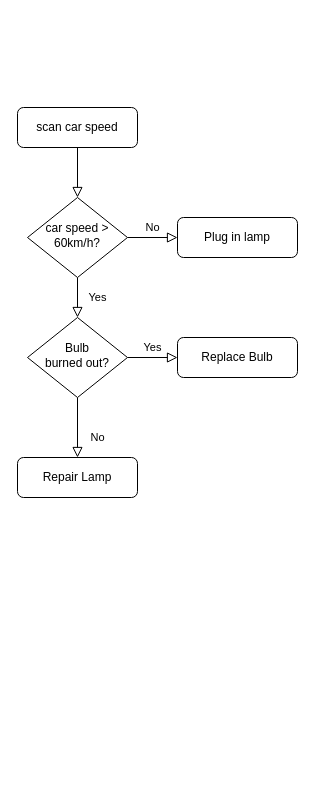
Above: Untitled Diagram.drawio in Chxshire22/FoundationsOfProg (draw.io), before the change. Source tidied: cells renumbered, new cells numbered last; positions are measured from the earlier drawing's top-left corner, leaving out a move shared by most shapes. Both pictures are drawn from the tidied source at 100%, with x=0, y=0 at pixel (17, 107).
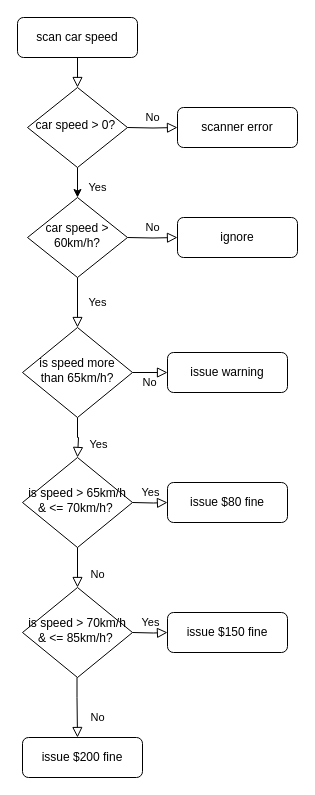
The same page after the edit.

The change refers to these unchanged cells:
```xml
<mxCell id="6" value="car speed &amp;gt; 60km/h?" style="rhombus;whiteSpace=wrap;html=1;shadow=0;fontFamily=Helvetica;fontSize=12;align=center;strokeWidth=1;spacing=6;spacingTop=-4;" parent="1" vertex="1">
  <mxGeometry x="10" y="90" width="100" height="80" as="geometry" />
</mxCell>
```

Diff of the diagram source:
```diff
@@
-    <mxCell id="2" style="rounded=0;html=1;jettySize=auto;fontSize=11;endArrow=block;endFill=0;endSize=8;strokeWidth=1;shadow=0;labelBackgroundColor=none;edgeStyle=orthogonalEdgeStyle;" parent="1" edge="1" source="3" target="6">
-      <mxGeometry relative="1" as="geometry" />
-    </mxCell>
     <mxCell id="3" value="scan car speed" style="rounded=1;whiteSpace=wrap;html=1;fontSize=12;glass=0;strokeWidth=1;shadow=0;" parent="1" vertex="1">
-      <mxGeometry width="120" height="40" as="geometry" />
+      <mxGeometry y="-90" width="120" height="40" as="geometry" />
     </mxCell>
@@
-    <mxCell id="5" value="No" style="edgeStyle=orthogonalEdgeStyle;rounded=0;html=1;jettySize=auto;fontSize=11;endArrow=block;endFill=0;endSize=8;strokeWidth=1;shadow=0;labelBackgroundColor=none;" parent="1" edge="1" source="6" target="7">
-      <mxGeometry y="10" relative="1" as="geometry" />
+    <mxCell id="5" value="No" style="edgeStyle=orthogonalEdgeStyle;rounded=0;html=1;jettySize=auto;fontSize=11;endArrow=block;endFill=0;endSize=8;strokeWidth=1;shadow=0;labelBackgroundColor=none;" parent="1" edge="1" target="7">
+      <mxGeometry y="10" relative="1" as="geometry">
+        <mxPoint x="110" y="130" as="sourcePoint" />
+      </mxGeometry>
     </mxCell>
@@
-    <mxCell id="7" value="Plug in lamp" style="rounded=1;whiteSpace=wrap;html=1;fontSize=12;glass=0;strokeWidth=1;shadow=0;" parent="1" vertex="1">
+    <mxCell id="7" value="ignore" style="rounded=1;whiteSpace=wrap;html=1;fontSize=12;glass=0;strokeWidth=1;shadow=0;" parent="1" vertex="1">
       <mxGeometry x="160" y="110" width="120" height="40" as="geometry" />
     </mxCell>
-    <mxCell id="8" value="No" style="rounded=0;html=1;jettySize=auto;fontSize=11;endArrow=block;endFill=0;endSize=8;strokeWidth=1;shadow=0;labelBackgroundColor=none;edgeStyle=orthogonalEdgeStyle;" parent="1" edge="1" source="10" target="11">
-      <mxGeometry x="0.33" y="20" relative="1" as="geometry" />
+    <mxCell id="8" value="Yes" style="rounded=0;html=1;jettySize=auto;fontSize=11;endArrow=block;endFill=0;endSize=8;strokeWidth=1;shadow=0;labelBackgroundColor=none;edgeStyle=orthogonalEdgeStyle;entryX=0.5;entryY=0;entryDx=0;entryDy=0;" parent="1" edge="1" source="10" target="13">
+      <mxGeometry x="0.33" y="20" relative="1" as="geometry">
+        <Array as="points">
+          <mxPoint x="60" y="330" />
+          <mxPoint x="61" y="330" />
+        </Array>
+      </mxGeometry>
     </mxCell>
-    <mxCell id="9" value="Yes" style="edgeStyle=orthogonalEdgeStyle;rounded=0;html=1;jettySize=auto;fontSize=11;endArrow=block;endFill=0;endSize=8;strokeWidth=1;shadow=0;labelBackgroundColor=none;" parent="1" edge="1" source="10" target="12">
+    <mxCell id="9" value="No" style="edgeStyle=orthogonalEdgeStyle;rounded=0;html=1;jettySize=auto;fontSize=11;endArrow=block;endFill=0;endSize=8;strokeWidth=1;shadow=0;labelBackgroundColor=none;" parent="1" edge="1" source="10" target="12">
       <mxGeometry y="10" relative="1" as="geometry" />
     </mxCell>
-    <mxCell id="10" value="Bulb&lt;br&gt;burned out?" style="rhombus;whiteSpace=wrap;html=1;shadow=0;fontFamily=Helvetica;fontSize=12;align=center;strokeWidth=1;spacing=6;spacingTop=-4;" parent="1" vertex="1">
-      <mxGeometry x="10" y="210" width="100" height="80" as="geometry" />
+    <mxCell id="10" value="is speed more than 65km/h?" style="rhombus;whiteSpace=wrap;html=1;shadow=0;fontFamily=Helvetica;fontSize=12;align=center;strokeWidth=1;spacing=6;spacingTop=-4;" parent="1" vertex="1">
+      <mxGeometry x="5" y="220" width="110" height="90" as="geometry" />
     </mxCell>
-    <mxCell id="11" value="Repair Lamp" style="rounded=1;whiteSpace=wrap;html=1;fontSize=12;glass=0;strokeWidth=1;shadow=0;" parent="1" vertex="1">
-      <mxGeometry y="350" width="120" height="40" as="geometry" />
-    </mxCell>
-    <mxCell id="12" value="Replace Bulb" style="rounded=1;whiteSpace=wrap;html=1;fontSize=12;glass=0;strokeWidth=1;shadow=0;" parent="1" vertex="1">
-      <mxGeometry x="160" y="230" width="120" height="40" as="geometry" />
+    <mxCell id="12" value="issue warning" style="rounded=1;whiteSpace=wrap;html=1;fontSize=12;glass=0;strokeWidth=1;shadow=0;" parent="1" vertex="1">
+      <mxGeometry x="150" y="245" width="120" height="40" as="geometry" />
     </mxCell>
+    <mxCell id="13" value="is speed &amp;gt; 65km/h &amp;amp; &amp;lt;= 70km/h?&amp;nbsp;" style="rhombus;whiteSpace=wrap;html=1;shadow=0;fontFamily=Helvetica;fontSize=12;align=center;strokeWidth=1;spacing=6;spacingTop=-4;" parent="1" vertex="1">
+      <mxGeometry x="5" y="350" width="110" height="90" as="geometry" />
+    </mxCell>
+    <mxCell id="14" value="Yes" style="edgeStyle=orthogonalEdgeStyle;rounded=0;html=1;jettySize=auto;fontSize=11;endArrow=block;endFill=0;endSize=8;strokeWidth=1;shadow=0;labelBackgroundColor=none;" parent="1" edge="1" target="15">
+      <mxGeometry y="10" relative="1" as="geometry">
+        <mxPoint x="115" y="395" as="sourcePoint" />
+      </mxGeometry>
+    </mxCell>
+    <mxCell id="15" value="issue $80 fine" style="rounded=1;whiteSpace=wrap;html=1;fontSize=12;glass=0;strokeWidth=1;shadow=0;" parent="1" vertex="1">
+      <mxGeometry x="150" y="375" width="120" height="40" as="geometry" />
+    </mxCell>
+    <mxCell id="16" value="No" style="rounded=0;html=1;jettySize=auto;fontSize=11;endArrow=block;endFill=0;endSize=8;strokeWidth=1;shadow=0;labelBackgroundColor=none;edgeStyle=orthogonalEdgeStyle;entryX=0.5;entryY=0;entryDx=0;entryDy=0;exitX=0.5;exitY=1;exitDx=0;exitDy=0;" parent="1" edge="1" source="13" target="17">
+      <mxGeometry x="0.33" y="20" relative="1" as="geometry">
+        <Array as="points">
+          <mxPoint x="60" y="470" />
+          <mxPoint x="60" y="470" />
+        </Array>
+      </mxGeometry>
+    </mxCell>
+    <mxCell id="17" value="is speed &amp;gt; 70km/h &amp;amp; &amp;lt;= 85km/h?&amp;nbsp;" style="rhombus;whiteSpace=wrap;html=1;shadow=0;fontFamily=Helvetica;fontSize=12;align=center;strokeWidth=1;spacing=6;spacingTop=-4;" parent="1" vertex="1">
+      <mxGeometry x="5" y="480" width="110" height="90" as="geometry" />
+    </mxCell>
+    <mxCell id="18" value="Yes" style="edgeStyle=orthogonalEdgeStyle;rounded=0;html=1;jettySize=auto;fontSize=11;endArrow=block;endFill=0;endSize=8;strokeWidth=1;shadow=0;labelBackgroundColor=none;" parent="1" edge="1" target="19">
+      <mxGeometry y="10" relative="1" as="geometry">
+        <mxPoint x="115" y="525" as="sourcePoint" />
+      </mxGeometry>
+    </mxCell>
+    <mxCell id="19" value="issue $150 fine" style="rounded=1;whiteSpace=wrap;html=1;fontSize=12;glass=0;strokeWidth=1;shadow=0;" parent="1" vertex="1">
+      <mxGeometry x="150" y="505" width="120" height="40" as="geometry" />
+    </mxCell>
+    <mxCell id="20" value="No" style="rounded=0;html=1;jettySize=auto;orthogonalLoop=1;fontSize=11;endArrow=block;endFill=0;endSize=8;strokeWidth=1;shadow=0;labelBackgroundColor=none;edgeStyle=orthogonalEdgeStyle;" parent="1" edge="1">
+      <mxGeometry x="0.33" y="20" relative="1" as="geometry">
+        <mxPoint x="59.5" y="570" as="sourcePoint" />
+        <mxPoint x="60" y="630" as="targetPoint" />
+        <Array as="points">
+          <mxPoint x="59.5" y="590" />
+          <mxPoint x="60.5" y="590" />
+        </Array>
+      </mxGeometry>
+    </mxCell>
+    <mxCell id="21" value="issue $200 fine" style="rounded=1;whiteSpace=wrap;html=1;fontSize=12;glass=0;strokeWidth=1;shadow=0;" parent="1" vertex="1">
+      <mxGeometry x="5" y="630" width="120" height="40" as="geometry" />
+    </mxCell>
+    <mxCell id="22" style="rounded=0;html=1;jettySize=auto;fontSize=11;endArrow=block;endFill=0;endSize=8;strokeWidth=1;shadow=0;labelBackgroundColor=none;edgeStyle=orthogonalEdgeStyle;" parent="1" edge="1" source="3" target="24">
+      <mxGeometry relative="1" as="geometry" />
+    </mxCell>
+    <mxCell id="23" value="Yes" style="edgeStyle=orthogonalEdgeStyle;rounded=0;jettySize=auto;html=1;" parent="1" edge="1" source="24" target="6">
+      <mxGeometry x="0.6" y="20" relative="1" as="geometry" />
+    </mxCell>
+    <mxCell id="24" value="car speed &amp;gt; 0?&amp;nbsp;" style="rhombus;whiteSpace=wrap;html=1;shadow=0;fontFamily=Helvetica;fontSize=12;align=center;strokeWidth=1;spacing=6;spacingTop=-4;" parent="1" vertex="1">
+      <mxGeometry x="10" y="-20" width="100" height="80" as="geometry" />
+    </mxCell>
+    <mxCell id="25" value="No" style="edgeStyle=orthogonalEdgeStyle;rounded=0;html=1;jettySize=auto;fontSize=11;endArrow=block;endFill=0;endSize=8;strokeWidth=1;shadow=0;labelBackgroundColor=none;" parent="1" edge="1" target="26">
+      <mxGeometry y="10" relative="1" as="geometry">
+        <mxPoint x="110" y="20" as="sourcePoint" />
+      </mxGeometry>
+    </mxCell>
+    <mxCell id="26" value="scanner error" style="rounded=1;whiteSpace=wrap;html=1;fontSize=12;glass=0;strokeWidth=1;shadow=0;" parent="1" vertex="1">
+      <mxGeometry x="160" width="120" height="40" as="geometry" />
+    </mxCell>
```
